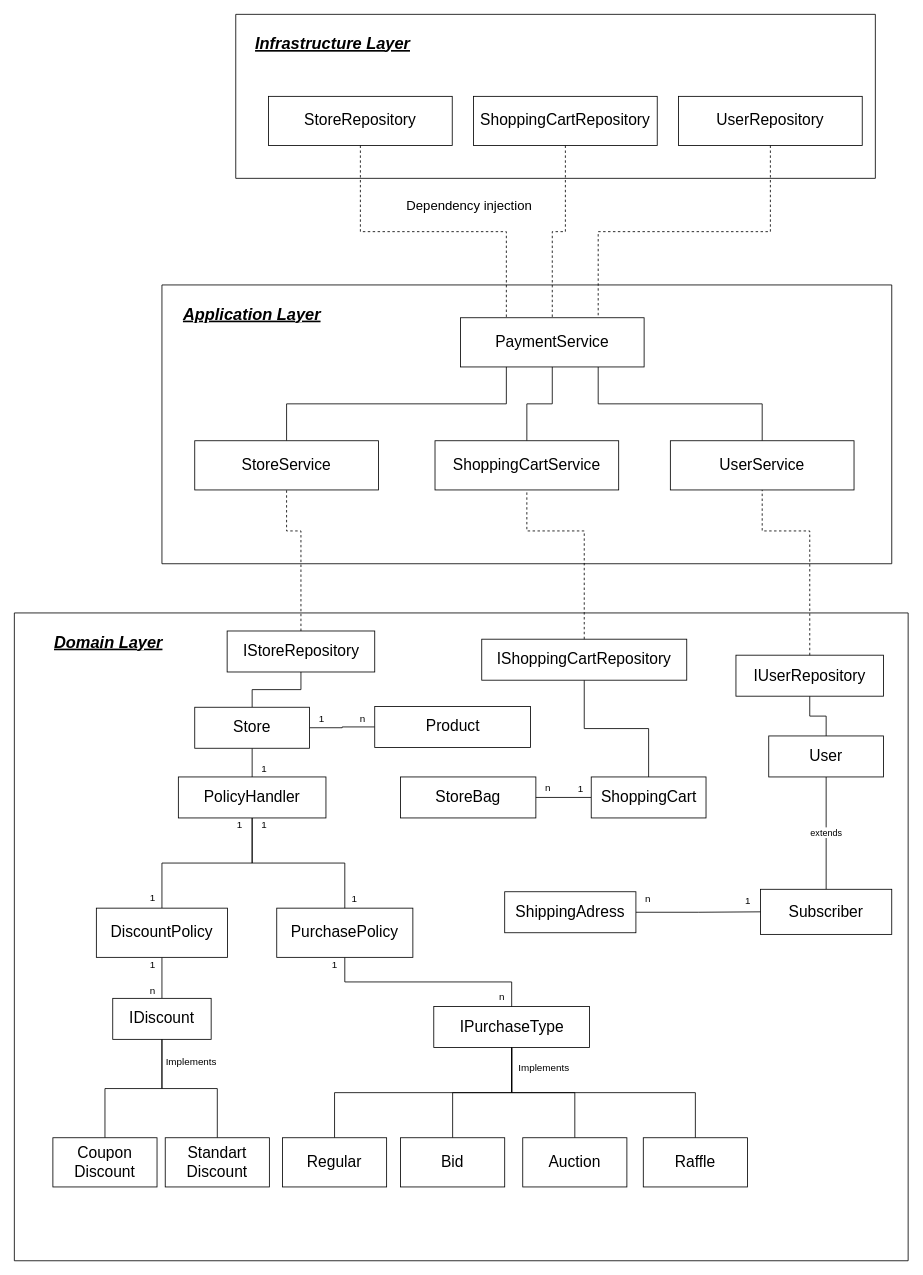
This is System-Design.drawio from royhouber123/BGU-Market, a draw.io file, before an edit. Source tidied: cells renumbered, new cells numbered last; positions are measured from the earlier drawing's top-left corner, leaving out a move shared by most shapes. Both pictures are drawn from the tidied source at 82%, with x=0, y=0 at pixel (14, 14).
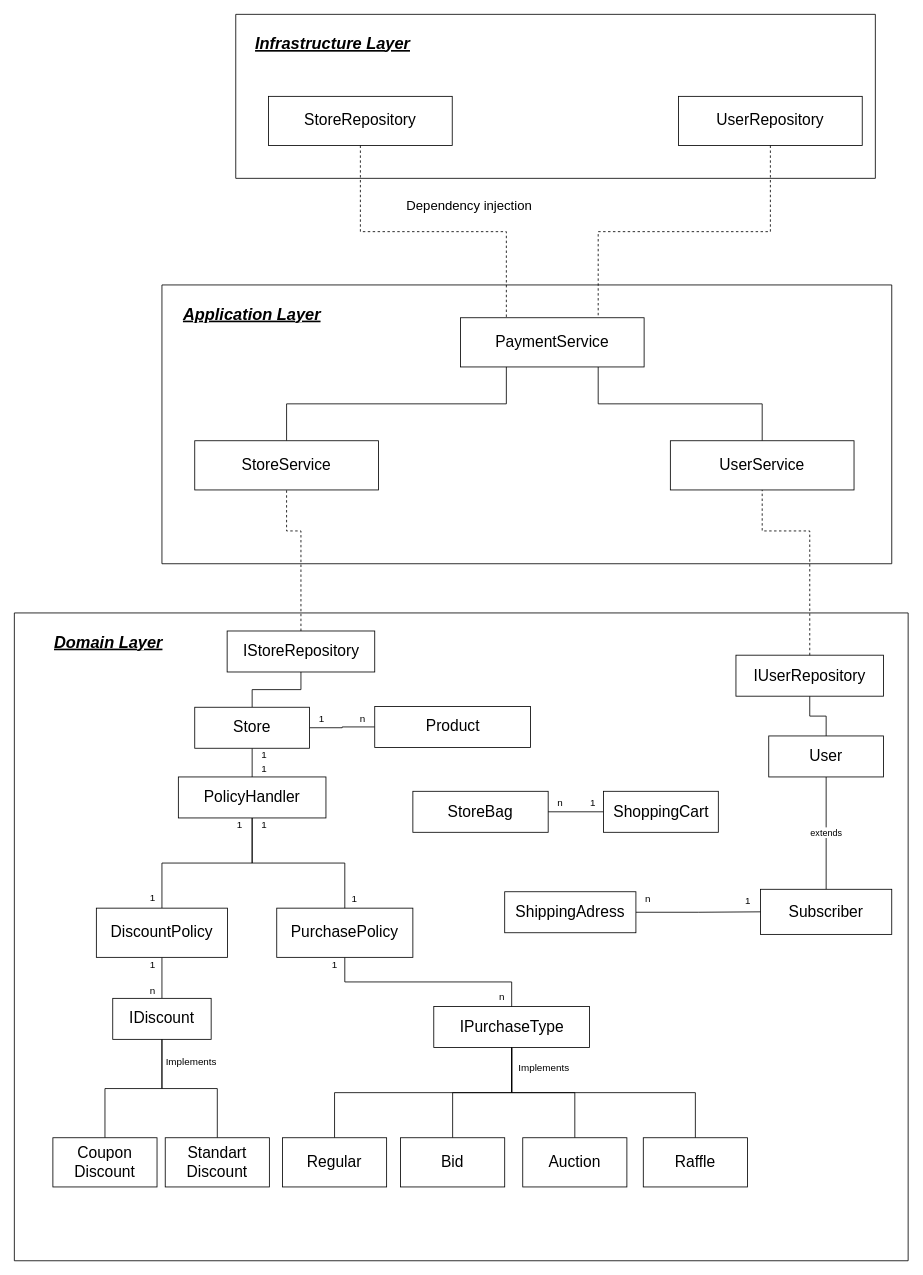
After the change.

Unchanged cells that the change refers to:
```xml
<mxCell id="2" style="swimlane;startSize=0;" parent="1" vertex="1">
  <mxGeometry y="730" width="1090" height="790" as="geometry" />
</mxCell>
<mxCell id="62" style="swimlane;startSize=0;" parent="1" vertex="1">
  <mxGeometry x="180" y="330" width="890" height="340" as="geometry" />
</mxCell>
<mxCell id="65" value="PaymentService" style="rounded=0;whiteSpace=wrap;html=1;fontSize=19;" parent="62" vertex="1">
  <mxGeometry x="364" y="40" width="224" height="60" as="geometry" />
</mxCell>
<mxCell id="71" style="swimlane;startSize=0;" parent="1" vertex="1">
  <mxGeometry x="270" width="780" height="200" as="geometry" />
</mxCell>
```

Change to the diagram source:
```diff
@@
     <mxCell id="3" value="StoreBag" style="rounded=0;whiteSpace=wrap;html=1;fontSize=19;" parent="2" vertex="1">
-      <mxGeometry x="471" y="200" width="165" height="50" as="geometry" />
+      <mxGeometry x="486" y="217.5" width="165" height="50" as="geometry" />
     </mxCell>
@@
-    <mxCell id="26" style="edgeStyle=orthogonalEdgeStyle;rounded=0;jettySize=auto;html=1;exitX=0.5;exitY=0;exitDx=0;exitDy=0;entryX=0.5;entryY=1;entryDx=0;entryDy=0;endArrow=none;startFill=0;" parent="2" edge="1" source="27" target="61">
-      <mxGeometry relative="1" as="geometry" />
-    </mxCell>
     <mxCell id="27" value="ShoppingCart" style="rounded=0;whiteSpace=wrap;html=1;fontSize=19;" parent="2" vertex="1">
-      <mxGeometry x="703.5" y="200" width="140" height="50" as="geometry" />
+      <mxGeometry x="718.5" y="217.5" width="140" height="50" as="geometry" />
     </mxCell>
     <mxCell id="28" value="n" style="text;html=1;align=center;verticalAlign=middle;whiteSpace=wrap;rounded=0;" parent="2" vertex="1">
-      <mxGeometry x="635.5" y="205.5" width="30" height="17.5" as="geometry" />
+      <mxGeometry x="650.5" y="223" width="30" height="17.5" as="geometry" />
     </mxCell>
     <mxCell id="29" value="1" style="text;html=1;align=center;verticalAlign=middle;whiteSpace=wrap;rounded=0;" parent="2" vertex="1">
-      <mxGeometry x="675.5" y="206" width="30" height="17.5" as="geometry" />
+      <mxGeometry x="690.5" y="223.5" width="30" height="17.5" as="geometry" />
     </mxCell>
@@
-    <mxCell id="61" value="IShoppingCartRepository" style="rounded=0;whiteSpace=wrap;html=1;fontSize=19;" parent="2" vertex="1">
-      <mxGeometry x="570" y="32" width="250" height="50" as="geometry" />
-    </mxCell>
+    <mxCell id="83" value="1" style="text;html=1;align=center;verticalAlign=middle;whiteSpace=wrap;rounded=0;" parent="2" vertex="1">
+      <mxGeometry x="290" y="164.5" width="30" height="17.5" as="geometry" />
+    </mxCell>
@@
-    <mxCell id="69" style="edgeStyle=orthogonalEdgeStyle;rounded=0;jettySize=auto;html=1;exitX=0.5;exitY=0;exitDx=0;exitDy=0;entryX=0.5;entryY=1;entryDx=0;entryDy=0;endArrow=none;startFill=0;" parent="62" edge="1" source="70" target="65">
-      <mxGeometry relative="1" as="geometry" />
-    </mxCell>
-    <mxCell id="70" value="ShoppingCartService" style="rounded=0;whiteSpace=wrap;html=1;fontSize=19;" parent="62" vertex="1">
-      <mxGeometry x="333" y="190" width="224" height="60" as="geometry" />
-    </mxCell>
@@
-    <mxCell id="75" value="ShoppingCartRepository" style="rounded=0;whiteSpace=wrap;html=1;fontSize=19;" parent="71" vertex="1">
-      <mxGeometry x="290" y="100" width="224" height="60" as="geometry" />
-    </mxCell>
@@
-    <mxCell id="77" style="edgeStyle=orthogonalEdgeStyle;rounded=0;jettySize=auto;html=1;exitX=0.5;exitY=0;exitDx=0;exitDy=0;entryX=0.5;entryY=1;entryDx=0;entryDy=0;endArrow=none;startFill=0;dashed=1;" parent="1" edge="1" source="61" target="70">
-      <mxGeometry relative="1" as="geometry">
-        <Array as="points">
-          <mxPoint x="695" y="630" />
-          <mxPoint x="625" y="630" />
-        </Array>
-      </mxGeometry>
-    </mxCell>
@@
-    <mxCell id="81" style="edgeStyle=orthogonalEdgeStyle;rounded=0;jettySize=auto;html=1;exitX=0.5;exitY=1;exitDx=0;exitDy=0;entryX=0.5;entryY=0;entryDx=0;entryDy=0;endArrow=none;startFill=0;dashed=1;" parent="1" edge="1" source="75" target="65">
-      <mxGeometry relative="1" as="geometry" />
-    </mxCell>
```
